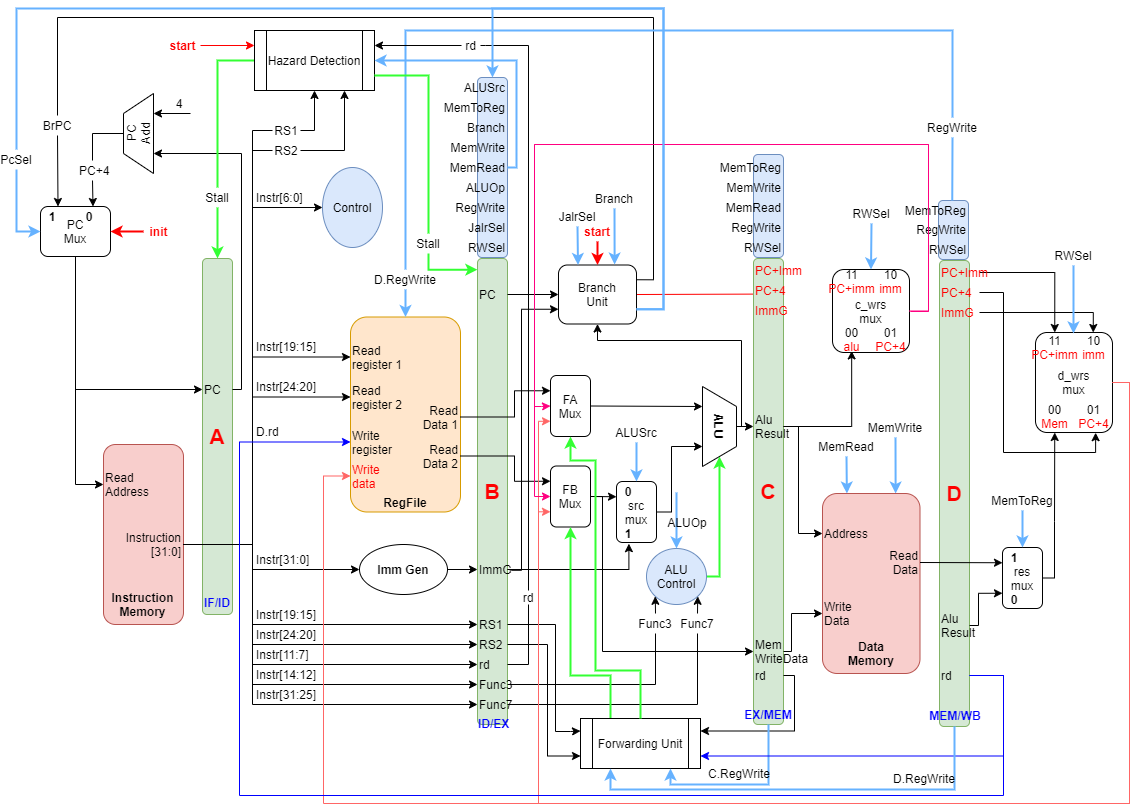
Before: RISC_V.png, a diagram exported from draw.io (alien18331/temp). Source tidied: cells renumbered, new cells last; positions are measured from the earlier drawing's top-left corner, leaving out a move shared by most shapes.
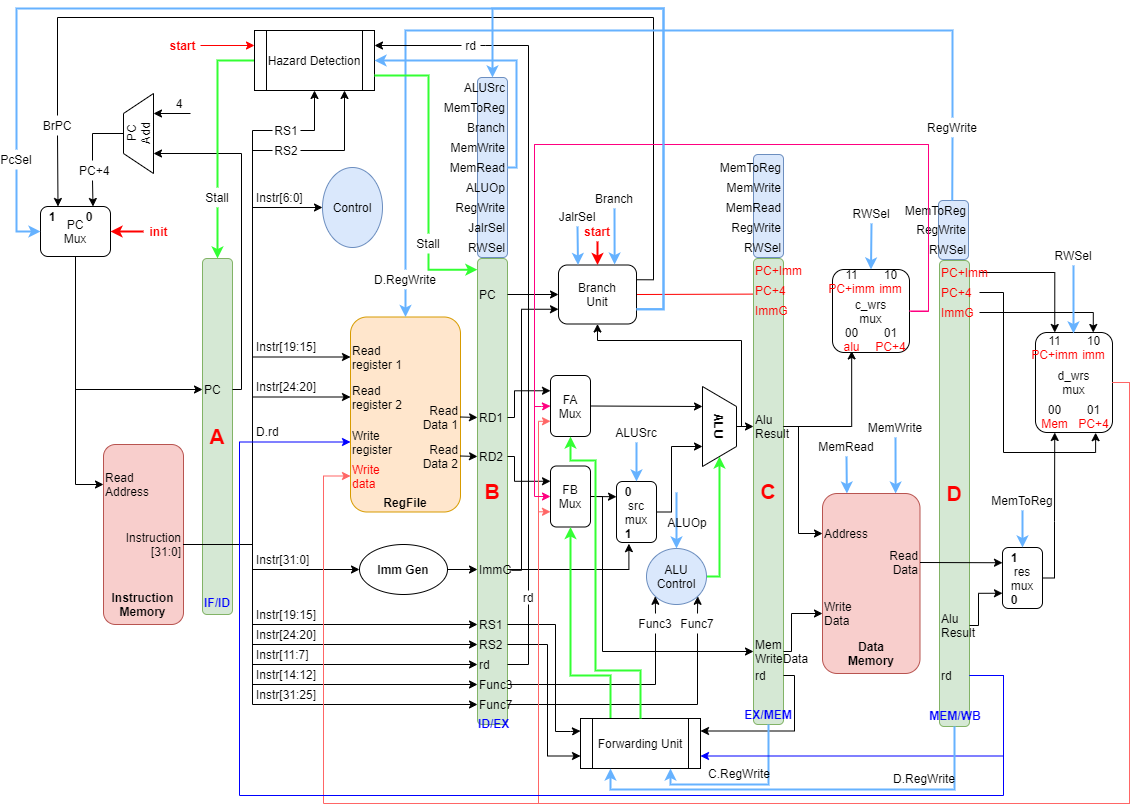
Later version of the same file.

The edit, as a diff of the source:
```diff
@@ -382,10 +382,9 @@
     <mxCell id="94" value="&lt;span style=&quot;font-size: 8px&quot;&gt;FA&lt;br&gt;&lt;/span&gt;Mux" style="rounded=1;whiteSpace=wrap;html=1;" parent="1" vertex="1">
       <mxGeometry x="548" y="367" width="40" height="61" as="geometry" />
     </mxCell>
-    <mxCell id="95" style="edgeStyle=orthogonalEdgeStyle;rounded=0;jettySize=auto;html=1;exitX=1;exitY=0.5;exitDx=0;exitDy=0;entryX=0;entryY=0.25;entryDx=0;entryDy=0;endArrow=classic;endFill=1;strokeColor=#000000;strokeWidth=1;fontSize=2;fontColor=#FF0000;" parent="1" edge="1" source="37" target="94">
+    <mxCell id="95" style="edgeStyle=orthogonalEdgeStyle;rounded=0;jettySize=auto;html=1;exitX=1;exitY=0.5;exitDx=0;exitDy=0;entryX=0;entryY=0.25;entryDx=0;entryDy=0;endArrow=classic;endFill=1;strokeColor=#000000;strokeWidth=1;fontSize=2;fontColor=#FF0000;" parent="1" edge="1" source="225" target="94">
       <mxGeometry relative="1" as="geometry">
         <Array as="points">
-          <mxPoint x="512" y="409" />
           <mxPoint x="512" y="382" />
         </Array>
       </mxGeometry>
@@ -415,7 +414,7 @@
     <mxCell id="100" value="&lt;div style=&quot;text-align: left&quot;&gt;&lt;span style=&quot;font-size: 11px&quot;&gt;&lt;b&gt;0&lt;/b&gt;&lt;/span&gt;&lt;/div&gt;&lt;span style=&quot;font-size: 8px&quot;&gt;src&lt;/span&gt;&lt;br&gt;&lt;span style=&quot;font-size: 8px&quot;&gt;mux&lt;/span&gt;&lt;br&gt;&lt;div style=&quot;text-align: left&quot;&gt;&lt;span style=&quot;font-size: 8px&quot;&gt;&lt;b&gt;1&lt;/b&gt;&lt;/span&gt;&lt;/div&gt;" style="rounded=1;whiteSpace=wrap;html=1;" parent="1" vertex="1">
       <mxGeometry x="614" y="473" width="40" height="61" as="geometry" />
     </mxCell>
-    <mxCell id="101" style="edgeStyle=orthogonalEdgeStyle;rounded=0;jettySize=auto;html=1;exitX=1;exitY=0.5;exitDx=0;exitDy=0;entryX=0;entryY=0.25;entryDx=0;entryDy=0;endArrow=classic;endFill=1;strokeColor=#000000;strokeWidth=1;fontSize=2;fontColor=#FF0000;" parent="1" edge="1" source="36" target="98">
+    <mxCell id="101" style="edgeStyle=orthogonalEdgeStyle;rounded=0;jettySize=auto;html=1;exitX=1;exitY=0.5;exitDx=0;exitDy=0;entryX=0;entryY=0.25;entryDx=0;entryDy=0;endArrow=classic;endFill=1;strokeColor=#000000;strokeWidth=1;fontSize=2;fontColor=#FF0000;" parent="1" edge="1" source="227" target="98">
       <mxGeometry relative="1" as="geometry">
         <Array as="points">
           <mxPoint x="512" y="448" />
@@ -941,5 +940,17 @@
         </Array>
       </mxGeometry>
     </mxCell>
+    <mxCell id="225" value="RD1" style="text;html=1;strokeColor=none;fillColor=none;align=left;verticalAlign=middle;whiteSpace=wrap;rounded=0;" parent="1" vertex="1">
+      <mxGeometry x="475" y="399" width="30" height="20" as="geometry" />
+    </mxCell>
+    <mxCell id="226" style="rounded=0;jettySize=auto;html=1;exitX=1;exitY=0.5;exitDx=0;exitDy=0;endArrow=classic;endFill=1;strokeColor=#000000;strokeWidth=1;fontSize=2;fontColor=#FF0000;entryX=0;entryY=0.5;entryDx=0;entryDy=0;" parent="1" edge="1" source="37" target="225">
+      <mxGeometry relative="1" as="geometry" />
+    </mxCell>
+    <mxCell id="227" value="RD2" style="text;html=1;strokeColor=none;fillColor=none;align=left;verticalAlign=middle;whiteSpace=wrap;rounded=0;" parent="1" vertex="1">
+      <mxGeometry x="475" y="438" width="30" height="20" as="geometry" />
+    </mxCell>
+    <mxCell id="228" style="rounded=0;jettySize=auto;html=1;exitX=1;exitY=0.5;exitDx=0;exitDy=0;entryX=0;entryY=0.5;entryDx=0;entryDy=0;" parent="1" edge="1" source="36" target="227">
+      <mxGeometry relative="1" as="geometry" />
+    </mxCell>
   </root>
 </mxGraphModel>
```
